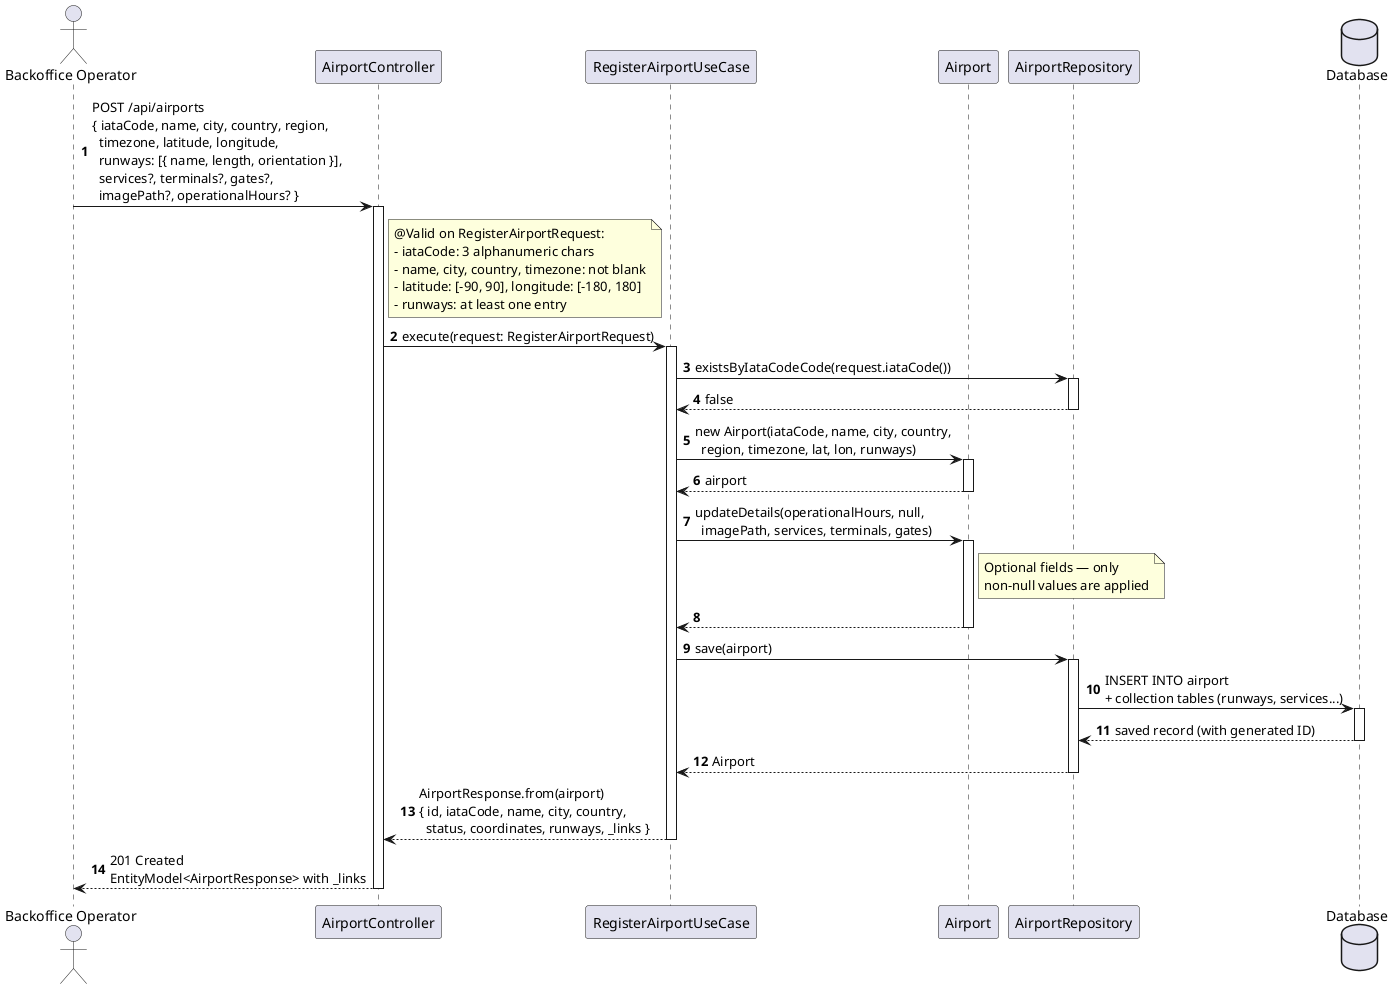
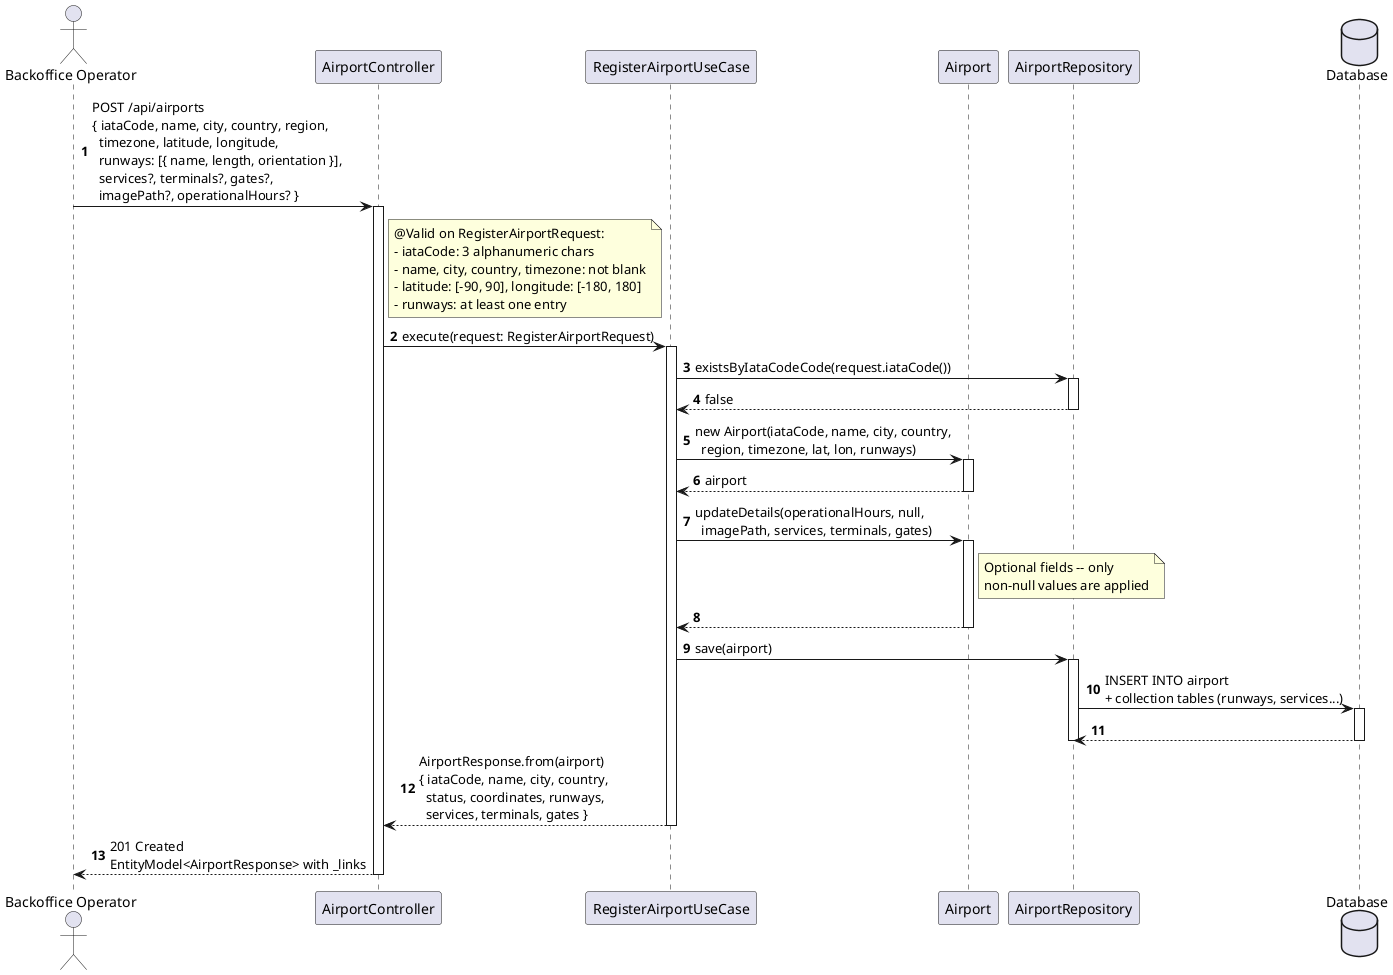
@startuml
autonumber
actor "Backoffice Operator" as BO
participant "AirportController" as Ctrl
participant "RegisterAirportUseCase" as UC
participant "Airport" as Entity
participant "AirportRepository" as Repo
database "Database" as DB

BO -> Ctrl : POST /api/airports\n{ iataCode, name, city, country, region,\n  timezone, latitude, longitude,\n  runways: [{ name, length, orientation }],\n  services?, terminals?, gates?,\n  imagePath?, operationalHours? }
activate Ctrl

note right of Ctrl
  @Valid on RegisterAirportRequest:
  - iataCode: 3 alphanumeric chars
  - name, city, country, timezone: not blank
  - latitude: [-90, 90], longitude: [-180, 180]
  - runways: at least one entry
end note

Ctrl -> UC : execute(request: RegisterAirportRequest)
activate UC

UC -> Repo : existsByIataCodeCode(request.iataCode())
activate Repo
Repo --> UC : false
deactivate Repo

UC -> Entity : new Airport(iataCode, name, city, country,\n  region, timezone, lat, lon, runways)
activate Entity
Entity --> UC : airport
deactivate Entity

UC -> Entity : updateDetails(operationalHours, null,\n  imagePath, services, terminals, gates)
activate Entity
- note right of Entity : Optional fields — only\nnon-null values are applied
+ note right of Entity : Optional fields -- only\nnon-null values are applied
Entity --> UC
deactivate Entity

UC -> Repo : save(airport)
activate Repo
Repo -> DB : INSERT INTO airport\n+ collection tables (runways, services...)
activate DB
- DB --> Repo : saved record (with generated ID)
+ DB --> Repo
deactivate DB
- Repo --> UC : Airport
deactivate Repo

- UC --> Ctrl : AirportResponse.from(airport)\n{ id, iataCode, name, city, country,\n  status, coordinates, runways, _links }
+ UC --> Ctrl : AirportResponse.from(airport)\n{ iataCode, name, city, country,\n  status, coordinates, runways,\n  services, terminals, gates }
deactivate UC

Ctrl --> BO : 201 Created\nEntityModel<AirportResponse> with _links
deactivate Ctrl
@enduml
